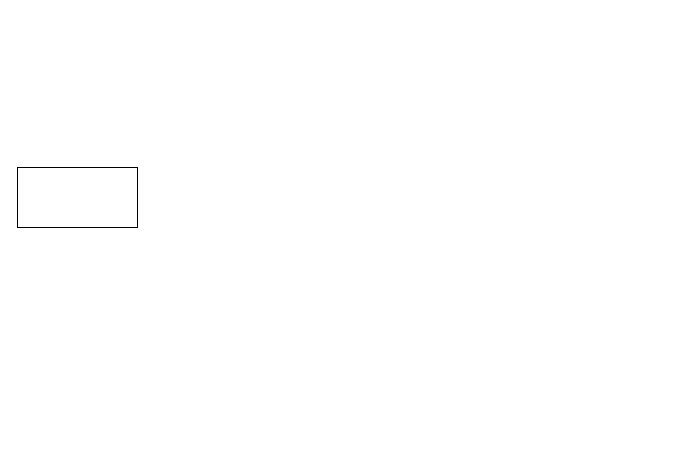
zxy60/RUC_OperatorSystem keeps this draw.io diagram as Lab5/生产/消费者.drawio. Above is the earlier version. Source tidied: cells renumbered, new cells numbered last; positions are measured from the earlier drawing's top-left corner, leaving out a move shared by most shapes. Both pictures are drawn from the tidied source at 100%, with x=0, y=0 at pixel (17, 167).
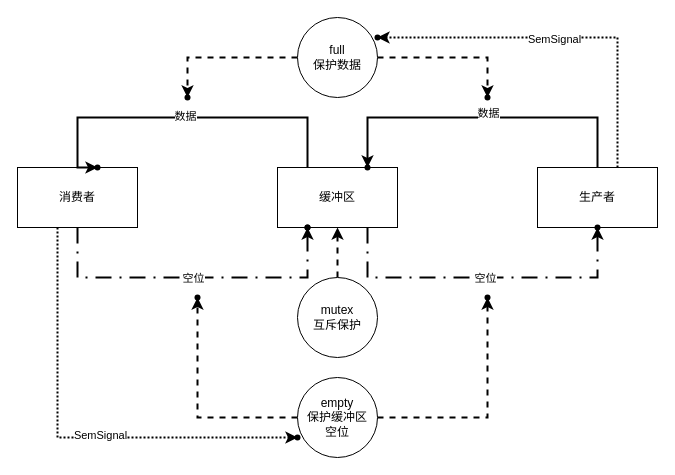
The same diagram, later.

Commit message:
更新生产/消费者.drawio

Change to the diagram source:
```diff
@@
+    <mxCell id="3" style="edgeStyle=orthogonalEdgeStyle;rounded=0;jettySize=auto;html=1;strokeWidth=2;dashed=1;dashPattern=8 4 1 4;" parent="1" edge="1" source="2" target="31">
+      <mxGeometry relative="1" as="geometry">
+        <Array as="points">
+          <mxPoint x="60" y="110" />
+          <mxPoint x="290" y="110" />
+        </Array>
+      </mxGeometry>
+    </mxCell>
+    <mxCell id="4" value="空位" style="edgeLabel;html=1;align=center;verticalAlign=middle;" parent="3" vertex="1">
+      <mxGeometry relative="1" as="geometry" />
+    </mxCell>
+    <mxCell id="5" style="edgeStyle=orthogonalEdgeStyle;rounded=0;jettySize=auto;html=1;strokeWidth=2;dashed=1;dashPattern=1 1;" parent="1" edge="1" source="2" target="35">
+      <mxGeometry relative="1" as="geometry">
+        <Array as="points">
+          <mxPoint x="40" y="270" />
+        </Array>
+      </mxGeometry>
+    </mxCell>
+    <mxCell id="6" value="SemSignal" style="edgeLabel;html=1;align=center;verticalAlign=middle;" parent="5" vertex="1">
+      <mxGeometry x="0.12" y="3" relative="1" as="geometry" />
+    </mxCell>
-    <mxCell id="2" style="rounded=0;whiteSpace=wrap;html=1;" parent="1" vertex="1">
+    <mxCell id="2" value="消费者" style="rounded=0;whiteSpace=wrap;html=1;" parent="1" vertex="1">
       <mxGeometry width="120" height="60" as="geometry" />
     </mxCell>
+    <mxCell id="7" style="edgeStyle=orthogonalEdgeStyle;rounded=0;jettySize=auto;html=1;strokeWidth=2;" parent="1" edge="1" source="11" target="16">
+      <mxGeometry relative="1" as="geometry">
+        <Array as="points">
+          <mxPoint x="580" y="-50" />
+          <mxPoint x="350" y="-50" />
+        </Array>
+      </mxGeometry>
+    </mxCell>
+    <mxCell id="8" value="数据" style="edgeLabel;html=1;align=center;verticalAlign=middle;" parent="7" vertex="1">
+      <mxGeometry x="-0.03" y="-5" relative="1" as="geometry" />
+    </mxCell>
+    <mxCell id="9" style="edgeStyle=orthogonalEdgeStyle;rounded=0;jettySize=auto;html=1;dashed=1;dashPattern=1 1;strokeWidth=2;" parent="1" edge="1" source="11" target="36">
+      <mxGeometry relative="1" as="geometry">
+        <Array as="points">
+          <mxPoint x="600" y="-130" />
+        </Array>
+      </mxGeometry>
+    </mxCell>
+    <mxCell id="10" value="SemSignal" style="edgeLabel;html=1;align=center;verticalAlign=middle;" parent="9" vertex="1">
+      <mxGeometry x="0.05" y="1" relative="1" as="geometry" />
+    </mxCell>
+    <mxCell id="11" value="生产者" style="rounded=0;whiteSpace=wrap;html=1;" parent="1" vertex="1">
+      <mxGeometry x="520" width="120" height="60" as="geometry" />
+    </mxCell>
+    <mxCell id="12" style="edgeStyle=orthogonalEdgeStyle;rounded=0;jettySize=auto;html=1;strokeWidth=2;" parent="1" edge="1" source="27">
+      <mxGeometry relative="1" as="geometry">
+        <mxPoint x="80" as="targetPoint" />
+        <Array as="points">
+          <mxPoint x="80" />
+          <mxPoint x="80" />
+        </Array>
+      </mxGeometry>
+    </mxCell>
+    <mxCell id="13" style="edgeStyle=orthogonalEdgeStyle;rounded=0;jettySize=auto;html=1;exitX=0.75;exitY=1;exitDx=0;exitDy=0;strokeWidth=2;dashed=1;dashPattern=8 4 1 4;" parent="1" edge="1" source="15" target="32">
+      <mxGeometry relative="1" as="geometry">
+        <Array as="points">
+          <mxPoint x="350" y="110" />
+          <mxPoint x="580" y="110" />
+        </Array>
+      </mxGeometry>
+    </mxCell>
+    <mxCell id="14" value="空位" style="edgeLabel;html=1;align=center;verticalAlign=middle;" parent="13" vertex="1">
+      <mxGeometry x="0.01" relative="1" as="geometry" />
+    </mxCell>
+    <mxCell id="15" value="缓冲区" style="rounded=0;whiteSpace=wrap;html=1;" parent="1" vertex="1">
+      <mxGeometry x="260" width="120" height="60" as="geometry" />
+    </mxCell>
+    <mxCell id="16" style="shape=waypoint;sketch=0;size=6;points=[];fillColor=default;perimeter=centerPerimeter;snapToPoint=1;rounded=0;" parent="1" vertex="1">
+      <mxGeometry x="340" y="-10" width="20" height="20" as="geometry" />
+    </mxCell>
+    <mxCell id="17" style="edgeStyle=orthogonalEdgeStyle;rounded=0;jettySize=auto;html=1;dashed=1;strokeWidth=2;" parent="1" edge="1" source="18" target="15">
+      <mxGeometry relative="1" as="geometry" />
+    </mxCell>
+    <mxCell id="18" value="mutex&lt;div&gt;互斥保护&lt;/div&gt;" style="ellipse;whiteSpace=wrap;html=1;" parent="1" vertex="1">
+      <mxGeometry x="280" y="110" width="80" height="80" as="geometry" />
+    </mxCell>
+    <mxCell id="19" style="edgeStyle=orthogonalEdgeStyle;rounded=0;jettySize=auto;html=1;strokeWidth=2;dashed=1;" parent="1" edge="1" source="21" target="28">
+      <mxGeometry relative="1" as="geometry">
+        <Array as="points">
+          <mxPoint x="170" y="-110" />
+          <mxPoint x="170" y="-70" />
+        </Array>
+      </mxGeometry>
+    </mxCell>
+    <mxCell id="20" style="edgeStyle=orthogonalEdgeStyle;rounded=0;jettySize=auto;html=1;strokeWidth=2;dashed=1;" parent="1" edge="1" source="21" target="29">
+      <mxGeometry relative="1" as="geometry">
+        <Array as="points">
+          <mxPoint x="470" y="-110" />
+        </Array>
+      </mxGeometry>
+    </mxCell>
+    <mxCell id="21" value="full&lt;div&gt;保护数据&lt;/div&gt;" style="ellipse;whiteSpace=wrap;html=1;" parent="1" vertex="1">
+      <mxGeometry x="280" y="-150" width="80" height="80" as="geometry" />
+    </mxCell>
+    <mxCell id="22" style="edgeStyle=orthogonalEdgeStyle;rounded=0;jettySize=auto;html=1;dashed=1;strokeWidth=2;" parent="1" edge="1" source="24" target="33">
+      <mxGeometry relative="1" as="geometry" />
+    </mxCell>
+    <mxCell id="23" style="edgeStyle=orthogonalEdgeStyle;rounded=0;jettySize=auto;html=1;dashed=1;strokeWidth=2;" parent="1" edge="1" source="24" target="34">
+      <mxGeometry relative="1" as="geometry" />
+    </mxCell>
+    <mxCell id="24" value="empty&lt;div&gt;保护缓冲区&lt;/div&gt;&lt;div&gt;空位&lt;/div&gt;" style="ellipse;whiteSpace=wrap;html=1;" parent="1" vertex="1">
+      <mxGeometry x="280" y="210" width="80" height="80" as="geometry" />
+    </mxCell>
+    <mxCell id="25" style="edgeStyle=orthogonalEdgeStyle;rounded=0;jettySize=auto;html=1;strokeWidth=2;entryDx=0;entryDy=0;" parent="1" edge="1" source="15" target="27">
+      <mxGeometry relative="1" as="geometry">
+        <Array as="points">
+          <mxPoint x="290" y="-50" />
+          <mxPoint x="60" y="-50" />
+          <mxPoint x="60" />
+        </Array>
+      </mxGeometry>
+    </mxCell>
+    <mxCell id="26" value="数据" style="edgeLabel;html=1;align=center;verticalAlign=middle;" parent="25" vertex="1">
+      <mxGeometry x="-0.01" y="-2" relative="1" as="geometry" />
+    </mxCell>
+    <mxCell id="27" style="shape=waypoint;sketch=0;size=6;points=[];fillColor=default;perimeter=centerPerimeter;snapToPoint=1;rounded=0;" parent="1" vertex="1">
+      <mxGeometry x="70" y="-10" width="20" height="20" as="geometry" />
+    </mxCell>
+    <mxCell id="28" style="shape=waypoint;sketch=0;size=6;points=[];fillColor=default;perimeter=centerPerimeter;snapToPoint=1;" parent="1" vertex="1">
+      <mxGeometry x="160" y="-80" width="20" height="20" as="geometry" />
+    </mxCell>
+    <mxCell id="29" style="shape=waypoint;sketch=0;size=6;points=[];fillColor=default;perimeter=centerPerimeter;snapToPoint=1;" parent="1" vertex="1">
+      <mxGeometry x="460" y="-80" width="20" height="20" as="geometry" />
+    </mxCell>
+    <mxCell id="30" style="shape=waypoint;sketch=0;size=6;fillColor=default;perimeter=centerPerimeter;rounded=0;" parent="1" vertex="1">
+      <mxGeometry x="280" y="50" width="20" height="20" as="geometry" />
+    </mxCell>
+    <mxCell id="31" style="shape=waypoint;sketch=0;size=6;points=[];fillColor=default;perimeter=centerPerimeter;snapToPoint=1;rounded=0;" parent="1" vertex="1">
+      <mxGeometry x="280" y="50" width="20" height="20" as="geometry" />
+    </mxCell>
+    <mxCell id="32" style="shape=waypoint;sketch=0;size=6;points=[];fillColor=default;perimeter=centerPerimeter;snapToPoint=1;rounded=0;" parent="1" vertex="1">
+      <mxGeometry x="570" y="50" width="20" height="20" as="geometry" />
+    </mxCell>
+    <mxCell id="33" style="shape=waypoint;sketch=0;size=6;points=[];fillColor=default;perimeter=centerPerimeter;snapToPoint=1;" parent="1" vertex="1">
+      <mxGeometry x="170" y="120" width="20" height="20" as="geometry" />
+    </mxCell>
+    <mxCell id="34" style="shape=waypoint;sketch=0;size=6;points=[];fillColor=default;perimeter=centerPerimeter;snapToPoint=1;" parent="1" vertex="1">
+      <mxGeometry x="460" y="120" width="20" height="20" as="geometry" />
+    </mxCell>
+    <mxCell id="35" style="shape=waypoint;sketch=0;size=6;points=[];fillColor=default;perimeter=centerPerimeter;snapToPoint=1;rounded=0;" parent="1" vertex="1">
+      <mxGeometry x="270" y="260" width="20" height="20" as="geometry" />
+    </mxCell>
+    <mxCell id="36" style="shape=waypoint;sketch=0;size=6;points=[];fillColor=default;perimeter=centerPerimeter;snapToPoint=1;rounded=0;" parent="1" vertex="1">
+      <mxGeometry x="350" y="-140" width="20" height="20" as="geometry" />
+    </mxCell>
```
